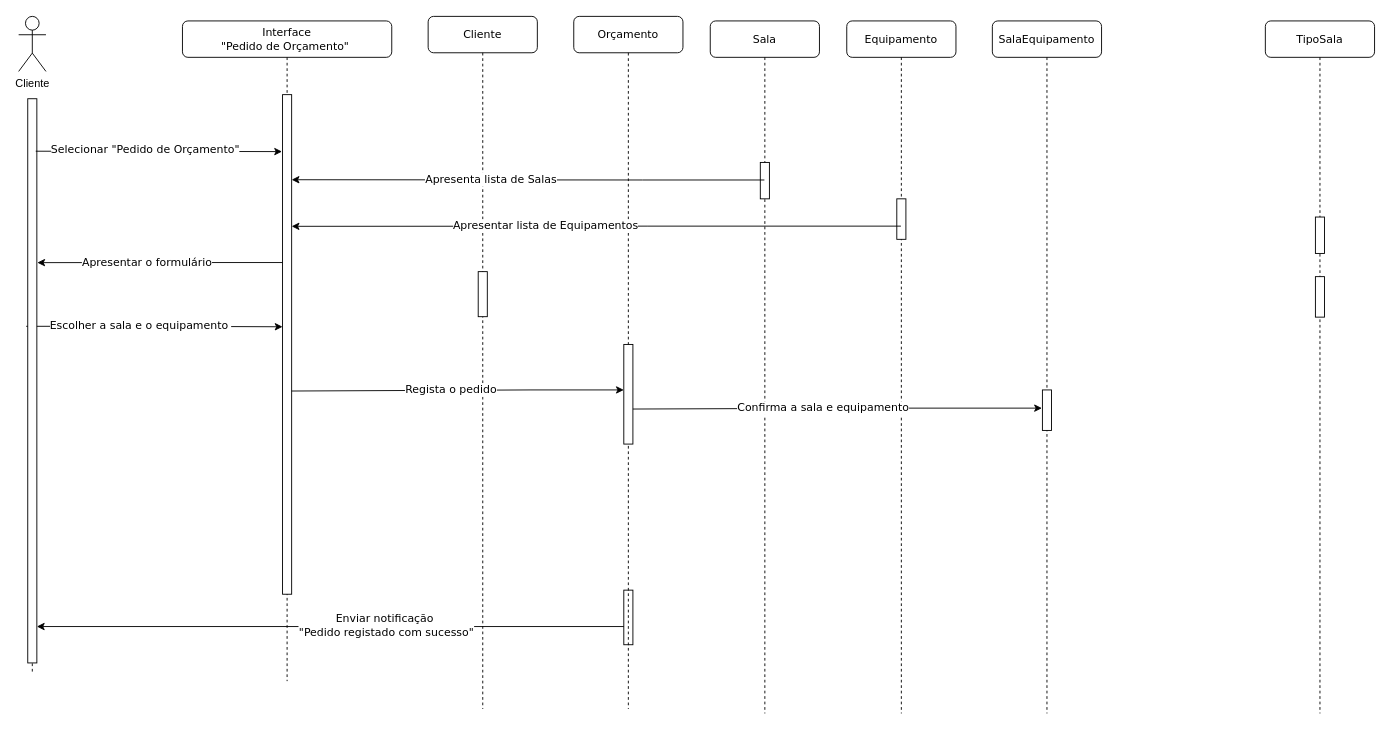
ic3K1ng/Rooms-Equipments keeps this draw.io diagram as page "Diagrama de Sequência 3" (3 of 3) of UMLDiagram.drawio. Above is the earlier version. Source tidied: cells renumbered, new cells numbered last; positions are measured from the earlier drawing's top-left corner, leaving out a move shared by most shapes. Both pictures are drawn from the tidied source at 91%, with x=0, y=0 at pixel (18, 16).
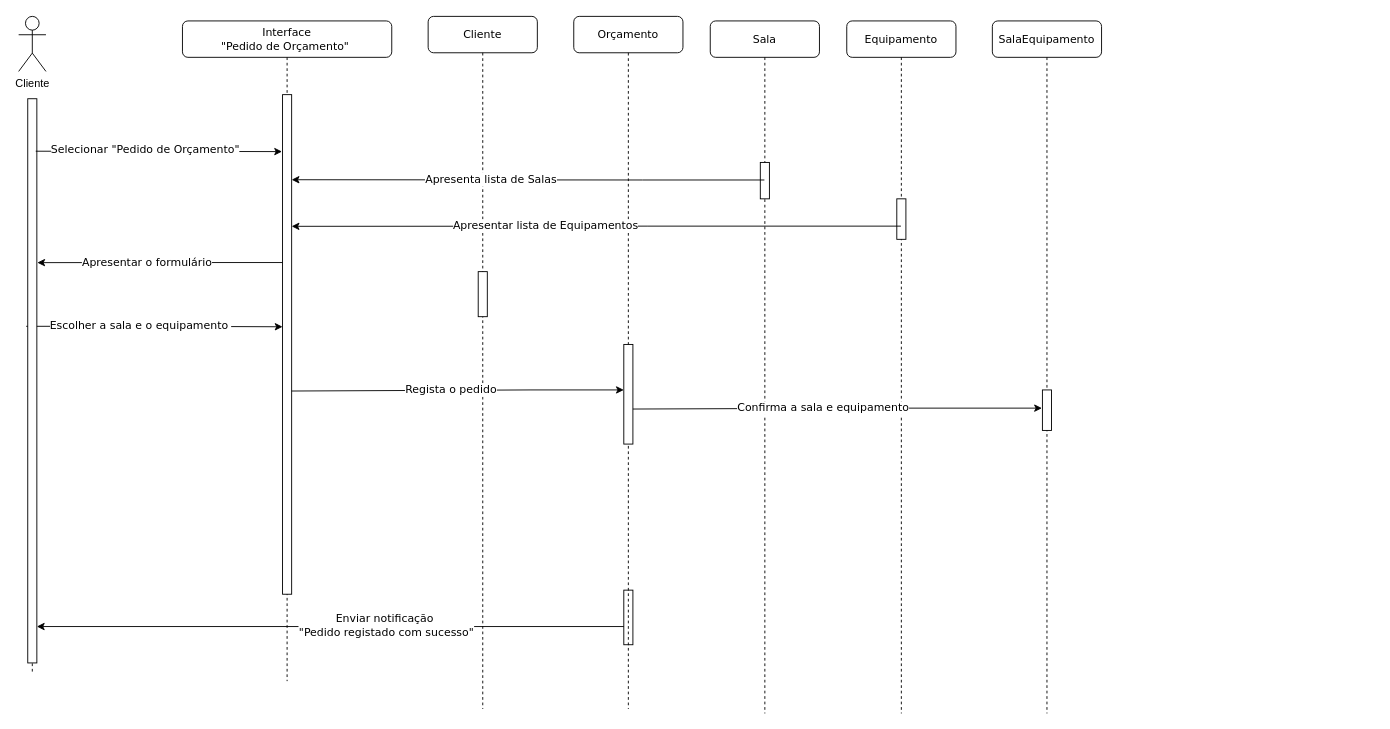
After the change.

What changed in the source:
```diff
@@
-    <mxCell id="23" value="TipoSala" style="shape=umlLifeline;perimeter=lifelinePerimeter;whiteSpace=wrap;html=1;rounded=1;shadow=0;comic=0;labelBackgroundColor=none;strokeWidth=1;fontFamily=Verdana;fontSize=12;align=center;" parent="1" vertex="1">
-      <mxGeometry x="1370" y="4.5" width="120" height="761" as="geometry" />
-    </mxCell>
-    <mxCell id="24" style="html=1;perimeter=orthogonalPerimeter;rounded=0;shadow=0;comic=0;labelBackgroundColor=none;strokeWidth=1;fontFamily=Verdana;fontSize=12;align=center;" parent="23" vertex="1">
-      <mxGeometry x="55" y="215.5" width="10" height="40" as="geometry" />
-    </mxCell>
-    <mxCell id="25" style="html=1;perimeter=orthogonalPerimeter;rounded=0;shadow=0;comic=0;labelBackgroundColor=none;strokeWidth=1;fontFamily=Verdana;fontSize=12;align=center;" parent="23" vertex="1">
-      <mxGeometry x="55" y="281" width="10" height="44.5" as="geometry" />
-    </mxCell>
```
